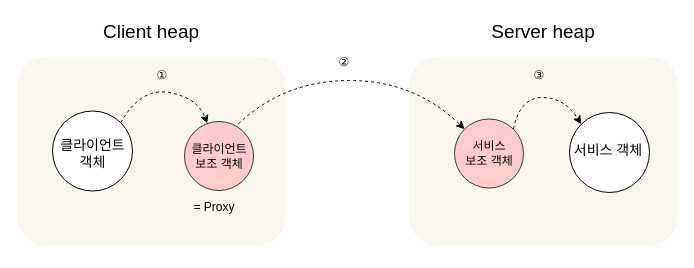
Above: proxy-pattern-RMI.drawio in je-pa/draw (draw.io), before the change. Source tidied: cells renumbered, new cells numbered last; positions are measured from the earlier drawing's top-left corner, leaving out a move shared by most shapes. Both pictures are drawn from the tidied source at 100%, with x=0, y=0 at pixel (17, 17).
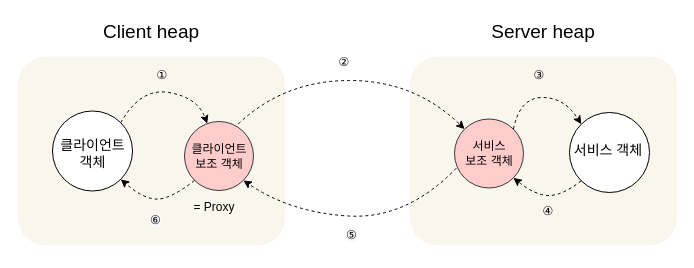
The same diagram, later.

Unchanged cells that the change refers to:
```xml
<mxCell id="4" style="ellipse;whiteSpace=wrap;html=1;" parent="1" vertex="1">
  <mxGeometry x="35" y="93.5" width="80" height="80" as="geometry" />
</mxCell>
<mxCell id="5" style="ellipse;whiteSpace=wrap;html=1;fillColor=#ffcccc;strokeColor=#36393d;" parent="1" vertex="1">
  <mxGeometry x="167" y="104" width="69" height="69" as="geometry" />
</mxCell>
<mxCell id="6" style="ellipse;whiteSpace=wrap;html=1;" parent="1" vertex="1">
  <mxGeometry x="552" y="95" width="80" height="80" as="geometry" />
</mxCell>
<mxCell id="14" style="ellipse;whiteSpace=wrap;html=1;fillColor=#ffcccc;strokeColor=#36393d;" parent="1" vertex="1">
  <mxGeometry x="437" y="101.5" width="69" height="69" as="geometry" />
</mxCell>
<mxCell id="15" value="서비스&lt;br&gt;보조 객체" style="text;html=1;strokeColor=none;fillColor=none;align=center;verticalAlign=middle;whiteSpace=wrap;rounded=0;fontSize=12;" parent="1" vertex="1">
  <mxGeometry x="438.8" y="121.2" width="65.5" height="29.5" as="geometry" />
</mxCell>
```

Change to the diagram source:
```diff
@@
+    <mxCell id="21" style="curved=1;endArrow=classic;html=1;rounded=0;exitX=0;exitY=1;exitDx=0;exitDy=0;dashed=1;entryX=1;entryY=1;entryDx=0;entryDy=0;" parent="1" edge="1" source="6" target="14">
+      <mxGeometry relative="1" as="geometry">
+        <Array as="points">
+          <mxPoint x="545" y="178" />
+          <mxPoint x="518" y="178" />
+        </Array>
+      </mxGeometry>
+    </mxCell>
+    <mxCell id="22" style="curved=1;endArrow=classic;html=1;rounded=0;exitX=0;exitY=1;exitDx=0;exitDy=0;dashed=1;entryX=1;entryY=1;entryDx=0;entryDy=0;" parent="1" edge="1" source="15" target="5">
+      <mxGeometry relative="1" as="geometry">
+        <Array as="points">
+          <mxPoint x="389" y="202" />
+          <mxPoint x="273" y="195" />
+        </Array>
+      </mxGeometry>
+    </mxCell>
+    <mxCell id="23" style="curved=1;endArrow=classic;html=1;rounded=0;exitX=0;exitY=1;exitDx=0;exitDy=0;dashed=1;entryX=1;entryY=1;entryDx=0;entryDy=0;" parent="1" edge="1" source="5" target="4">
+      <mxGeometry relative="1" as="geometry">
+        <Array as="points">
+          <mxPoint x="153.1" y="181.6" />
+          <mxPoint x="126.1" y="181.6" />
+        </Array>
+      </mxGeometry>
+    </mxCell>
+    <mxCell id="24" value="④" style="text;html=1;strokeColor=none;fillColor=none;align=center;verticalAlign=middle;whiteSpace=wrap;rounded=0;fontSize=12;" parent="1" vertex="1">
+      <mxGeometry x="501" y="179" width="60" height="30" as="geometry" />
+    </mxCell>
+    <mxCell id="25" value="&lt;span style=&quot;color: rgb(0, 0, 0); font-family: Helvetica; font-size: 12px; font-style: normal; font-variant-ligatures: normal; font-variant-caps: normal; font-weight: 400; letter-spacing: normal; orphans: 2; text-align: center; text-indent: 0px; text-transform: none; widows: 2; word-spacing: 0px; -webkit-text-stroke-width: 0px; background-color: rgb(248, 249, 250); text-decoration-thickness: initial; text-decoration-style: initial; text-decoration-color: initial; float: none; display: inline !important;&quot;&gt;⑤&lt;/span&gt;" style="text;whiteSpace=wrap;html=1;fontSize=16;" parent="1" vertex="1">
+      <mxGeometry x="327" y="200" width="44" height="34" as="geometry" />
+    </mxCell>
+    <mxCell id="26" value="&lt;span style=&quot;color: rgb(0, 0, 0); font-family: Helvetica; font-size: 12px; font-style: normal; font-variant-ligatures: normal; font-variant-caps: normal; font-weight: 400; letter-spacing: normal; orphans: 2; text-align: center; text-indent: 0px; text-transform: none; widows: 2; word-spacing: 0px; -webkit-text-stroke-width: 0px; background-color: rgb(248, 249, 250); text-decoration-thickness: initial; text-decoration-style: initial; text-decoration-color: initial; float: none; display: inline !important;&quot;&gt;⑥&lt;/span&gt;" style="text;whiteSpace=wrap;html=1;fontSize=16;" parent="1" vertex="1">
+      <mxGeometry x="131" y="185" width="44" height="34" as="geometry" />
+    </mxCell>
```
